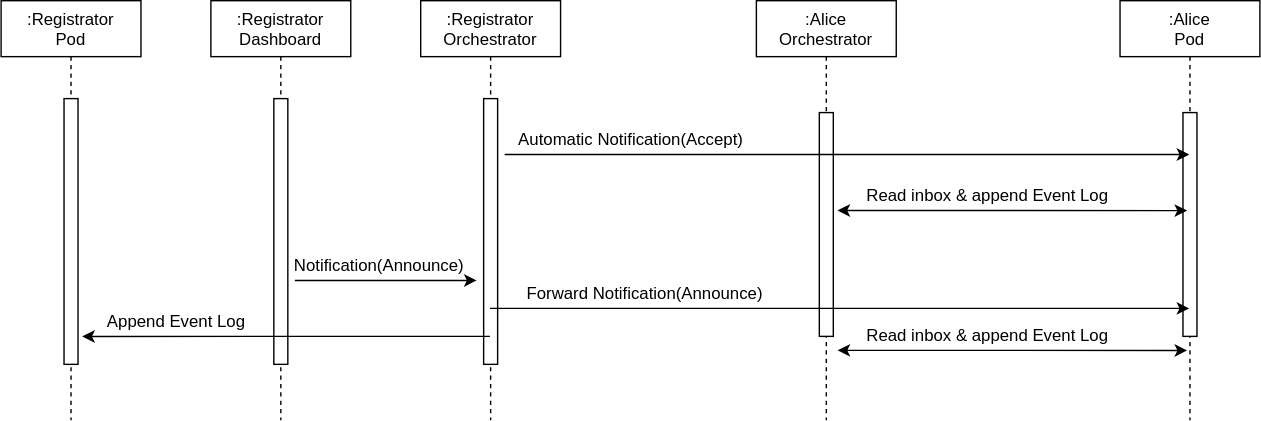
CRISalid-esr/spec-usecases keeps this draw.io diagram as images/spec-usecases_scholarly_5.svg. Above is the earlier version. Source tidied: cells renumbered, new cells last; positions are measured from the earlier drawing's top-left corner, leaving out a move shared by most shapes.
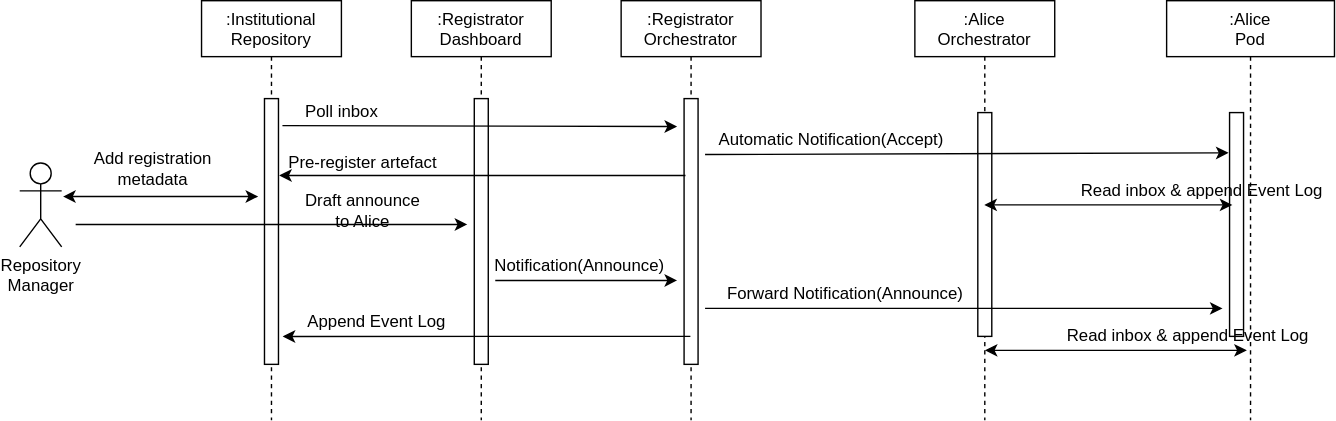
Later version of the same file.

Change to the diagram source:
```diff
@@ -9,41 +9,42 @@
       <mxGeometry x="45" y="70" width="10" height="190" as="geometry" />
     </mxCell>
     <mxCell id="4" value=":Alice&#10;Orchestrator" style="shape=umlLifeline;perimeter=lifelinePerimeter;rounded=0;shadow=0;strokeWidth=1;" parent="1" vertex="1">
-      <mxGeometry x="540" width="100" height="300" as="geometry" />
+      <mxGeometry x="510" width="100" height="300" as="geometry" />
     </mxCell>
     <mxCell id="5" style="perimeter=orthogonalPerimeter;rounded=0;shadow=0;strokeWidth=1;" parent="4" vertex="1">
       <mxGeometry x="45" y="80" width="10" height="160" as="geometry" />
     </mxCell>
+    <mxCell id="20" style="endArrow=classic;startArrow=classic;html=1;rounded=0;entryX=0.723;entryY=1;entryDx=0;entryDy=0;entryPerimeter=0;" parent="4" edge="1" target="21">
+      <mxGeometry relative="1" as="geometry">
+        <mxPoint x="50" y="250" as="sourcePoint" />
+      </mxGeometry>
+    </mxCell>
     <mxCell id="6" value=":Alice&#10;Pod" style="shape=umlLifeline;perimeter=lifelinePerimeter;rounded=0;shadow=0;strokeWidth=1;" parent="1" vertex="1">
-      <mxGeometry x="800" width="100" height="300" as="geometry" />
+      <mxGeometry x="690" width="120" height="300" as="geometry" />
     </mxCell>
     <mxCell id="7" style="points=[];perimeter=orthogonalPerimeter;rounded=0;shadow=0;strokeWidth=1;" parent="6" vertex="1">
       <mxGeometry x="45" y="80" width="10" height="160" as="geometry" />
     </mxCell>
+    <mxCell id="13" value="Read inbox &amp;amp; append Event Log" style="text;html=1;align=center;verticalAlign=middle;points=[];strokeColor=none;fillColor=none;" parent="6" vertex="1">
+      <mxGeometry x="-70" y="126" width="190" height="20" as="geometry" />
+    </mxCell>
     <mxCell id="8" value=":Registrator&#10;Dashboard" style="shape=umlLifeline;perimeter=lifelinePerimeter;rounded=0;shadow=0;strokeWidth=1;" parent="1" vertex="1">
       <mxGeometry x="150" width="100" height="300" as="geometry" />
     </mxCell>
     <mxCell id="9" style="perimeter=orthogonalPerimeter;rounded=0;shadow=0;strokeWidth=1;" parent="8" vertex="1">
       <mxGeometry x="45" y="70" width="10" height="190" as="geometry" />
     </mxCell>
-    <mxCell id="10" style="endArrow=classic;html=1;rounded=0;" parent="1" edge="1">
+    <mxCell id="10" style="endArrow=classic;html=1;rounded=0;entryX=-0.071;entryY=0.18;entryDx=0;entryDy=0;entryPerimeter=0;" parent="1" edge="1" target="7">
       <mxGeometry relative="1" as="geometry">
         <mxPoint x="360" y="110" as="sourcePoint" />
-        <mxPoint x="849.5" y="110" as="targetPoint" />
       </mxGeometry>
     </mxCell>
     <mxCell id="11" value="Automatic Notification(Accept)" style="text;html=1;align=center;verticalAlign=middle;strokeColor=none;fillColor=none;" parent="1" vertex="1">
       <mxGeometry x="360" y="90" width="180" height="20" as="geometry" />
     </mxCell>
-    <mxCell id="12" style="endArrow=classic;startArrow=classic;html=1;rounded=0;entryX=0.5;entryY=0.563;entryDx=0;entryDy=0;entryPerimeter=0;" parent="1" edge="1">
-      <mxGeometry relative="1" as="geometry">
-        <mxPoint x="598" y="150" as="sourcePoint" />
-        <mxPoint x="848" y="150.1" as="targetPoint" />
-      </mxGeometry>
+    <mxCell id="12" style="endArrow=classic;startArrow=classic;html=1;rounded=0;entryX=0.616;entryY=1;entryDx=0;entryDy=0;entryPerimeter=0;" parent="1" edge="1" source="4" target="13">
+      <mxGeometry relative="1" as="geometry" />
     </mxCell>
-    <mxCell id="13" value="Read inbox &amp;amp; append Event Log" style="text;html=1;align=center;verticalAlign=middle;points=[];strokeColor=none;fillColor=none;" parent="1" vertex="1">
-      <mxGeometry x="610" y="130" width="190" height="20" as="geometry" />
-    </mxCell>
     <mxCell id="14" style="endArrow=classic;html=1;rounded=0;" parent="1" edge="1">
       <mxGeometry relative="1" as="geometry">
         <mxPoint x="210" y="200" as="sourcePoint" />
@@ -55,8 +56,8 @@
     </mxCell>
     <mxCell id="16" style="endArrow=classic;html=1;rounded=0;" parent="1" edge="1">
       <mxGeometry relative="1" as="geometry">
-        <mxPoint x="349.5" y="220" as="sourcePoint" />
-        <mxPoint x="849.5" y="220" as="targetPoint" />
+        <mxPoint x="360" y="220" as="sourcePoint" />
+        <mxPoint x="730" y="220" as="targetPoint" />
       </mxGeometry>
     </mxCell>
     <mxCell id="17" value="Forward Notification(Announce)" style="text;html=1;align=center;verticalAlign=middle;strokeColor=none;fillColor=none;" parent="1" vertex="1">
@@ -70,20 +71,53 @@
     <mxCell id="19" value="Append Event Log" style="text;html=1;align=center;verticalAlign=middle;strokeColor=none;fillColor=none;" parent="1" vertex="1">
       <mxGeometry x="70" y="220" width="110" height="20" as="geometry" />
     </mxCell>
-    <mxCell id="20" style="endArrow=classic;startArrow=classic;html=1;rounded=0;entryX=0.5;entryY=0.563;entryDx=0;entryDy=0;entryPerimeter=0;" parent="1" edge="1">
-      <mxGeometry relative="1" as="geometry">
-        <mxPoint x="598" y="250" as="sourcePoint" />
-        <mxPoint x="848" y="250.1" as="targetPoint" />
-      </mxGeometry>
-    </mxCell>
     <mxCell id="21" value="Read inbox &amp;amp; append Event Log" style="text;html=1;align=center;verticalAlign=middle;points=[];strokeColor=none;fillColor=none;" parent="1" vertex="1">
       <mxGeometry x="610" y="230" width="190" height="20" as="geometry" />
     </mxCell>
-    <mxCell id="22" value=":Registrator&#10;Pod" style="shape=umlLifeline;perimeter=lifelinePerimeter;rounded=0;shadow=0;strokeWidth=1;" parent="1" vertex="1">
+    <mxCell id="22" value=":Institutional&#10;Repository" style="shape=umlLifeline;perimeter=lifelinePerimeter;rounded=0;shadow=0;strokeWidth=1;" parent="1" vertex="1">
       <mxGeometry width="100" height="300" as="geometry" />
     </mxCell>
     <mxCell id="23" style="points=[];perimeter=orthogonalPerimeter;rounded=0;shadow=0;strokeWidth=1;" parent="22" vertex="1">
       <mxGeometry x="45" y="70" width="10" height="190" as="geometry" />
     </mxCell>
+    <mxCell id="24" value="Repository&lt;br&gt;Manager" style="shape=umlActor;verticalLabelPosition=bottom;verticalAlign=top;html=1;" parent="1" vertex="1">
+      <mxGeometry x="-130" y="116" width="30" height="60" as="geometry" />
+    </mxCell>
+    <mxCell id="25" style="endArrow=classic;html=1;rounded=0;exitX=-0.5;exitY=0.184;exitDx=0;exitDy=0;exitPerimeter=0;" parent="1" edge="1">
+      <mxGeometry relative="1" as="geometry">
+        <mxPoint x="346" y="125" as="sourcePoint" />
+        <mxPoint x="55.5" y="125" as="targetPoint" />
+      </mxGeometry>
+    </mxCell>
+    <mxCell id="26" value="Pre-register artefact" style="text;html=1;align=center;verticalAlign=middle;strokeColor=none;fillColor=none;" parent="1" vertex="1">
+      <mxGeometry x="55" y="106" width="120" height="20" as="geometry" />
+    </mxCell>
+    <mxCell id="27" style="endArrow=classic;startArrow=classic;html=1;rounded=0;" parent="1" edge="1">
+      <mxGeometry relative="1" as="geometry">
+        <mxPoint x="-99" y="140" as="sourcePoint" />
+        <mxPoint x="40.5" y="140" as="targetPoint" />
+      </mxGeometry>
+    </mxCell>
+    <mxCell id="28" value="Add registration&lt;br&gt;metadata" style="text;html=1;align=center;verticalAlign=middle;strokeColor=none;fillColor=none;" parent="1" vertex="1">
+      <mxGeometry x="-85" y="105" width="100" height="30" as="geometry" />
+    </mxCell>
+    <mxCell id="29" style="endArrow=classic;html=1;rounded=0;" parent="1" edge="1">
+      <mxGeometry relative="1" as="geometry">
+        <mxPoint x="-90" y="160" as="sourcePoint" />
+        <mxPoint x="190" y="160" as="targetPoint" />
+      </mxGeometry>
+    </mxCell>
+    <mxCell id="30" value="Draft announce&lt;br&gt;to Alice" style="text;html=1;align=center;verticalAlign=middle;strokeColor=none;fillColor=none;" parent="1" vertex="1">
+      <mxGeometry x="65" y="135" width="100" height="30" as="geometry" />
+    </mxCell>
+    <mxCell id="31" style="endArrow=classic;html=1;rounded=0;exitX=1.283;exitY=0.049;exitDx=0;exitDy=0;exitPerimeter=0;" parent="1" edge="1">
+      <mxGeometry relative="1" as="geometry">
+        <mxPoint x="57.8" y="89.3" as="sourcePoint" />
+        <mxPoint x="340" y="90" as="targetPoint" />
+      </mxGeometry>
+    </mxCell>
+    <mxCell id="32" value="Poll inbox" style="text;html=1;align=center;verticalAlign=middle;strokeColor=none;fillColor=none;" parent="1" vertex="1">
+      <mxGeometry x="65" y="70" width="70" height="20" as="geometry" />
+    </mxCell>
   </root>
 </mxGraphModel>
```
